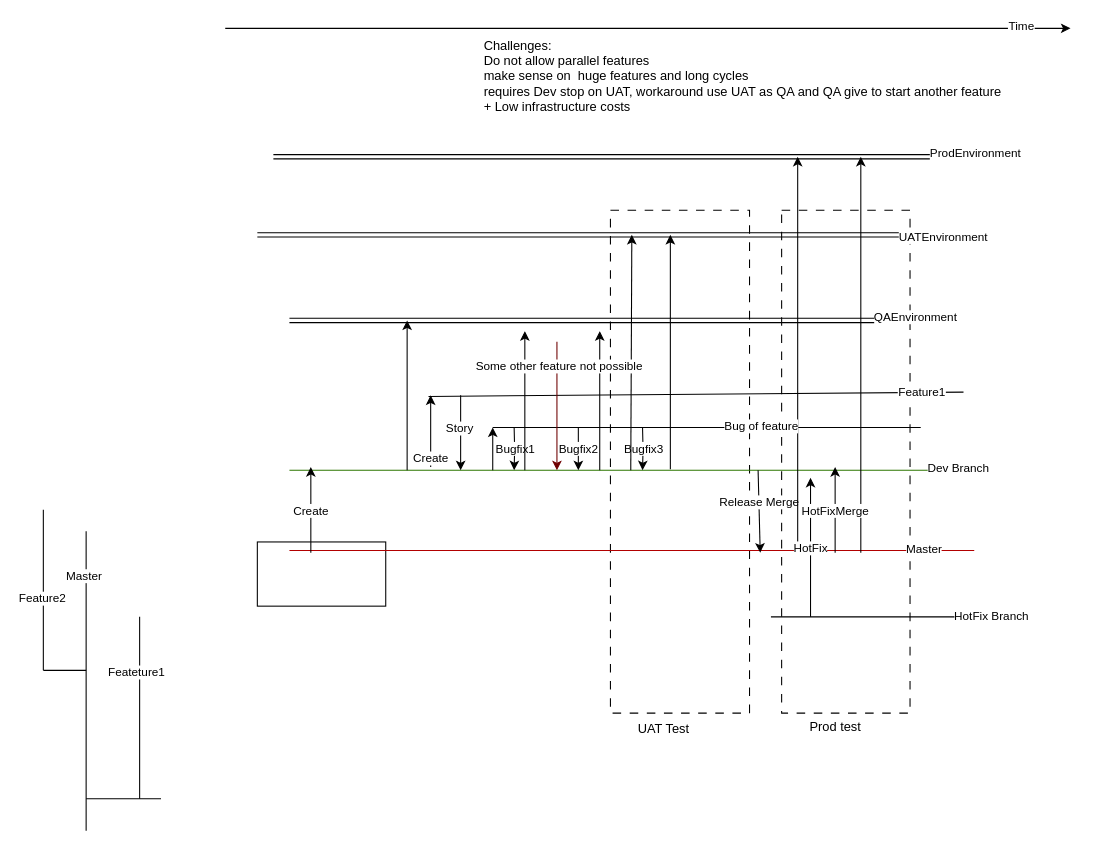
sshevchenko777/POC keeps this draw.io diagram as Current_Feature.drawio. Above is the earlier version. Source tidied: cells renumbered, new cells numbered last; positions are measured from the earlier drawing's top-left corner, leaving out a move shared by most shapes. Both pictures are drawn from the tidied source at 107%, with x=0, y=0 at pixel (43, 28).
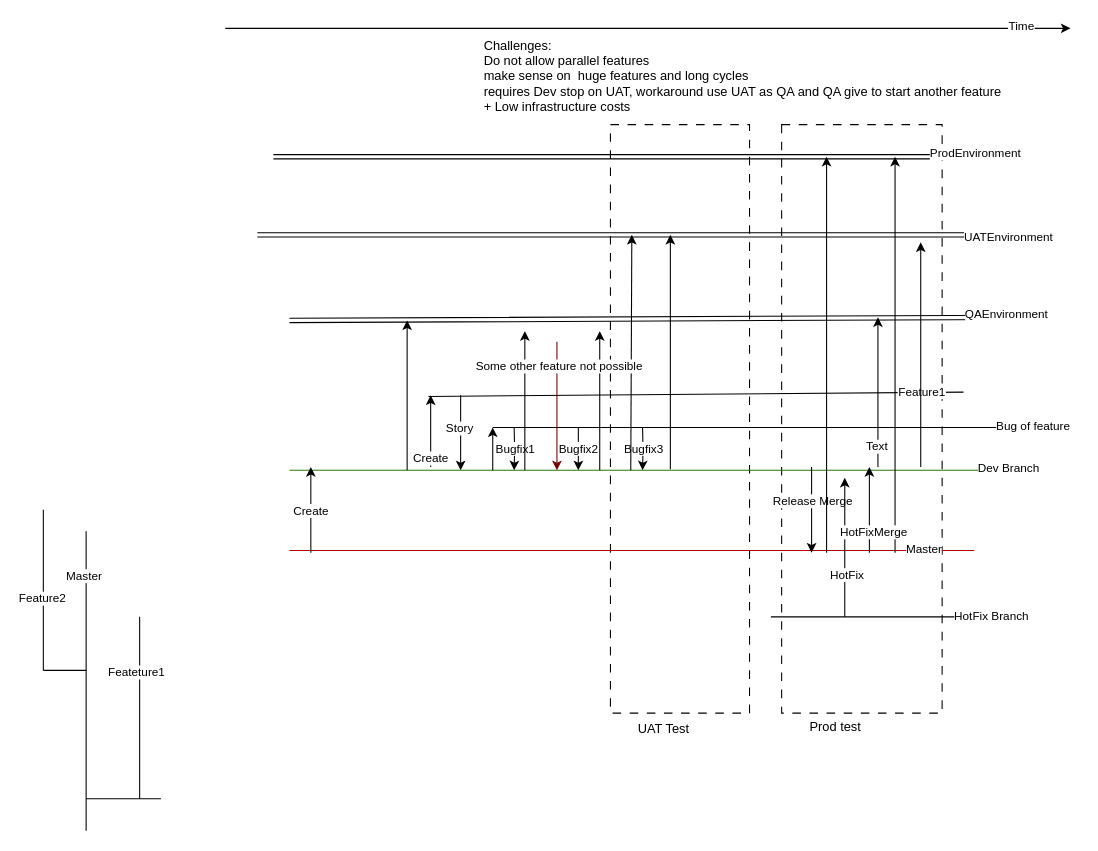
The same page after the edit.

The change refers to these unchanged cells:
```xml
<mxCell id="27" style="shape=link;html=1;rounded=0;" parent="1" edge="1">
  <mxGeometry relative="1" as="geometry">
    <mxPoint x="200" y="193" as="sourcePoint" />
    <mxPoint x="870" y="193" as="targetPoint" />
  </mxGeometry>
</mxCell>
```

What changed in the source:
```diff
@@
-    <mxCell id="2" style="rounded=0;whiteSpace=wrap;html=1;dashed=1;dashPattern=8 8;" parent="1" vertex="1">
-      <mxGeometry x="690" y="170" width="120" height="470" as="geometry" />
+    <mxCell id="2" style="rounded=0;whiteSpace=wrap;html=1;dashed=1;dashPattern=8 8;strokeColor=light-dark(#000000,#3765CA);" parent="1" vertex="1">
+      <mxGeometry x="690" y="90" width="150" height="550" as="geometry" />
     </mxCell>
-    <mxCell id="3" style="rounded=0;whiteSpace=wrap;html=1;" parent="1" vertex="1">
-      <mxGeometry x="200" y="480" width="120" height="60" as="geometry" />
-    </mxCell>
-    <mxCell id="4" style="whiteSpace=wrap;html=1;fillStyle=dashed;dashed=1;dashPattern=8 8;" parent="1" vertex="1">
-      <mxGeometry x="530" y="170" width="130" height="470" as="geometry" />
+    <mxCell id="4" style="whiteSpace=wrap;html=1;fillStyle=auto;dashed=1;dashPattern=8 8;strokeColor=light-dark(#000000,#3765CA);" parent="1" vertex="1">
+      <mxGeometry x="530" y="90" width="130" height="550" as="geometry" />
     </mxCell>
     <mxCell id="5" style="endArrow=none;html=1;rounded=0;fillColor=#60a917;strokeColor=#2D7600;" parent="1" edge="1">
       <mxGeometry relative="1" as="geometry">
         <mxPoint x="230" y="413" as="sourcePoint" />
-        <mxPoint x="870" y="413" as="targetPoint" />
+        <mxPoint x="910" y="413" as="targetPoint" />
       </mxGeometry>
     </mxCell>
     <mxCell id="6" value="Dev Branch" style="edgeLabel;html=1;align=center;verticalAlign=middle;" parent="5" vertex="1">
-      <mxGeometry x="0.95" y="3" relative="1" as="geometry" />
+      <mxGeometry x="0.95" y="3" relative="1" as="geometry">
+        <mxPoint x="8" as="offset" />
+      </mxGeometry>
     </mxCell>
@@
     <mxCell id="23" style="shape=link;html=1;rounded=0;" parent="1" edge="1">
       <mxGeometry relative="1" as="geometry">
         <mxPoint x="230" y="273" as="sourcePoint" />
-        <mxPoint x="840" y="273" as="targetPoint" />
+        <mxPoint x="930" y="270" as="targetPoint" />
       </mxGeometry>
     </mxCell>
@@
     <mxCell id="28" value="UATEnvironment" style="edgeLabel;html=1;align=center;verticalAlign=middle;" parent="27" vertex="1">
-      <mxGeometry x="0.91" y="-1" relative="1" as="geometry" />
+      <mxGeometry x="0.91" y="-1" relative="1" as="geometry">
+        <mxPoint x="61" as="offset" />
+      </mxGeometry>
     </mxCell>
@@
     <mxCell id="30" style="endArrow=classic;html=1;rounded=0;" parent="1" edge="1">
       <mxGeometry relative="1" as="geometry">
-        <mxPoint x="668" y="413" as="sourcePoint" />
-        <mxPoint x="670" y="490" as="targetPoint" />
+        <mxPoint x="718" y="410" as="sourcePoint" />
+        <mxPoint x="718" y="490" as="targetPoint" />
       </mxGeometry>
     </mxCell>
@@
     <mxCell id="35" style="endArrow=classic;html=1;rounded=0;" parent="1" edge="1">
       <mxGeometry relative="1" as="geometry">
-        <mxPoint x="705" y="490" as="sourcePoint" />
-        <mxPoint x="705" y="120" as="targetPoint" />
+        <mxPoint x="732" y="490" as="sourcePoint" />
+        <mxPoint x="732" y="120" as="targetPoint" />
       </mxGeometry>
     </mxCell>
     <mxCell id="36" style="endArrow=none;html=1;rounded=0;" parent="1" edge="1">
       <mxGeometry relative="1" as="geometry">
         <mxPoint x="420" y="373" as="sourcePoint" />
-        <mxPoint x="820" y="373" as="targetPoint" />
+        <mxPoint x="920" y="373" as="targetPoint" />
       </mxGeometry>
     </mxCell>
     <mxCell id="37" value="Bug of feature" style="edgeLabel;html=1;align=center;verticalAlign=middle;" parent="36" vertex="1">
-      <mxGeometry x="0.25" y="2" relative="1" as="geometry" />
+      <mxGeometry x="0.25" y="2" relative="1" as="geometry">
+        <mxPoint x="191" as="offset" />
+      </mxGeometry>
     </mxCell>
@@
     <mxCell id="49" style="endArrow=classic;html=1;rounded=0;" parent="1" edge="1">
       <mxGeometry relative="1" as="geometry">
-        <mxPoint x="717" y="550" as="sourcePoint" />
-        <mxPoint x="717" y="420" as="targetPoint" />
+        <mxPoint x="749" y="550" as="sourcePoint" />
+        <mxPoint x="749" y="420" as="targetPoint" />
       </mxGeometry>
     </mxCell>
     <mxCell id="50" value="HotFix" style="edgeLabel;html=1;align=center;verticalAlign=middle;" parent="49" vertex="1">
-      <mxGeometry y="1" relative="1" as="geometry" />
+      <mxGeometry y="1" relative="1" as="geometry">
+        <mxPoint x="2" y="25" as="offset" />
+      </mxGeometry>
     </mxCell>
     <mxCell id="51" style="endArrow=classic;html=1;rounded=0;" parent="1" edge="1">
       <mxGeometry relative="1" as="geometry">
-        <mxPoint x="764" y="490" as="sourcePoint" />
-        <mxPoint x="764" y="120" as="targetPoint" />
+        <mxPoint x="796" y="490" as="sourcePoint" />
+        <mxPoint x="796" y="120" as="targetPoint" />
       </mxGeometry>
     </mxCell>
     <mxCell id="52" style="endArrow=classic;html=1;rounded=0;" parent="1" edge="1">
       <mxGeometry relative="1" as="geometry">
-        <mxPoint x="740" y="490" as="sourcePoint" />
-        <mxPoint x="740" y="410" as="targetPoint" />
+        <mxPoint x="772" y="490" as="sourcePoint" />
+        <mxPoint x="772" y="410" as="targetPoint" />
       </mxGeometry>
     </mxCell>
     <mxCell id="53" value="HotFixMerge" style="edgeLabel;html=1;align=center;verticalAlign=middle;" parent="52" vertex="1">
-      <mxGeometry y="1" relative="1" as="geometry" />
+      <mxGeometry y="1" relative="1" as="geometry">
+        <mxPoint x="4" y="20" as="offset" />
+      </mxGeometry>
     </mxCell>
@@
+    <mxCell id="62" style="endArrow=classic;html=1;rounded=0;" parent="1" edge="1">
+      <mxGeometry relative="1" as="geometry">
+        <mxPoint x="780" y="410" as="sourcePoint" />
+        <mxPoint x="780" y="270" as="targetPoint" />
+      </mxGeometry>
+    </mxCell>
+    <mxCell id="63" value="Text" style="edgeLabel;html=1;align=center;verticalAlign=middle;" parent="62" vertex="1">
+      <mxGeometry x="-0.72" y="2" relative="1" as="geometry" />
+    </mxCell>
+    <mxCell id="64" style="endArrow=classic;html=1;rounded=0;" parent="1" edge="1">
+      <mxGeometry relative="1" as="geometry">
+        <mxPoint x="820" y="410" as="sourcePoint" />
+        <mxPoint x="820" y="200" as="targetPoint" />
+      </mxGeometry>
+    </mxCell>
```
